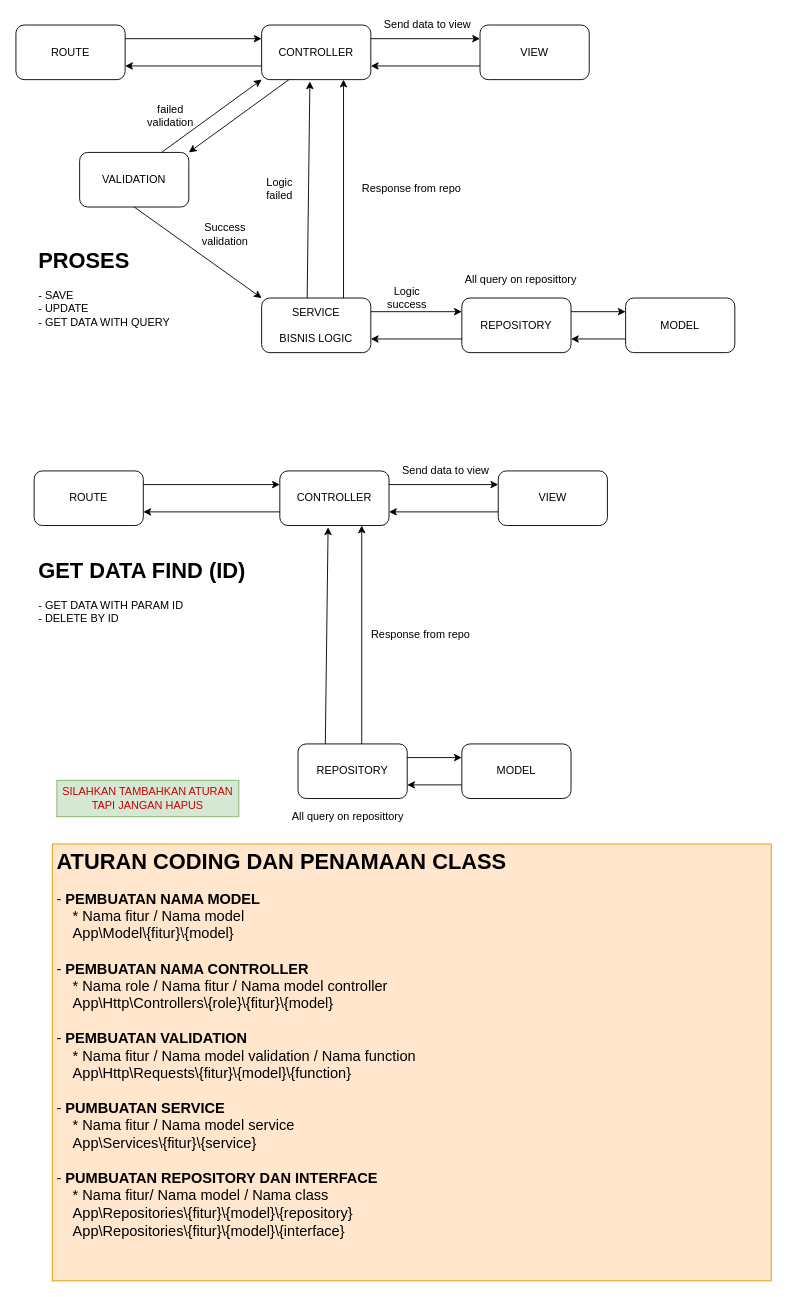
agungnfz/jobqu keeps this draw.io diagram as Untitled Diagram.drawio. Above is the earlier version. Source tidied: cells renumbered, new cells numbered last; positions are measured from the earlier drawing's top-left corner, leaving out a move shared by most shapes. Both pictures are drawn from the tidied source at 91%, with x=0, y=0 at pixel (15, 15).
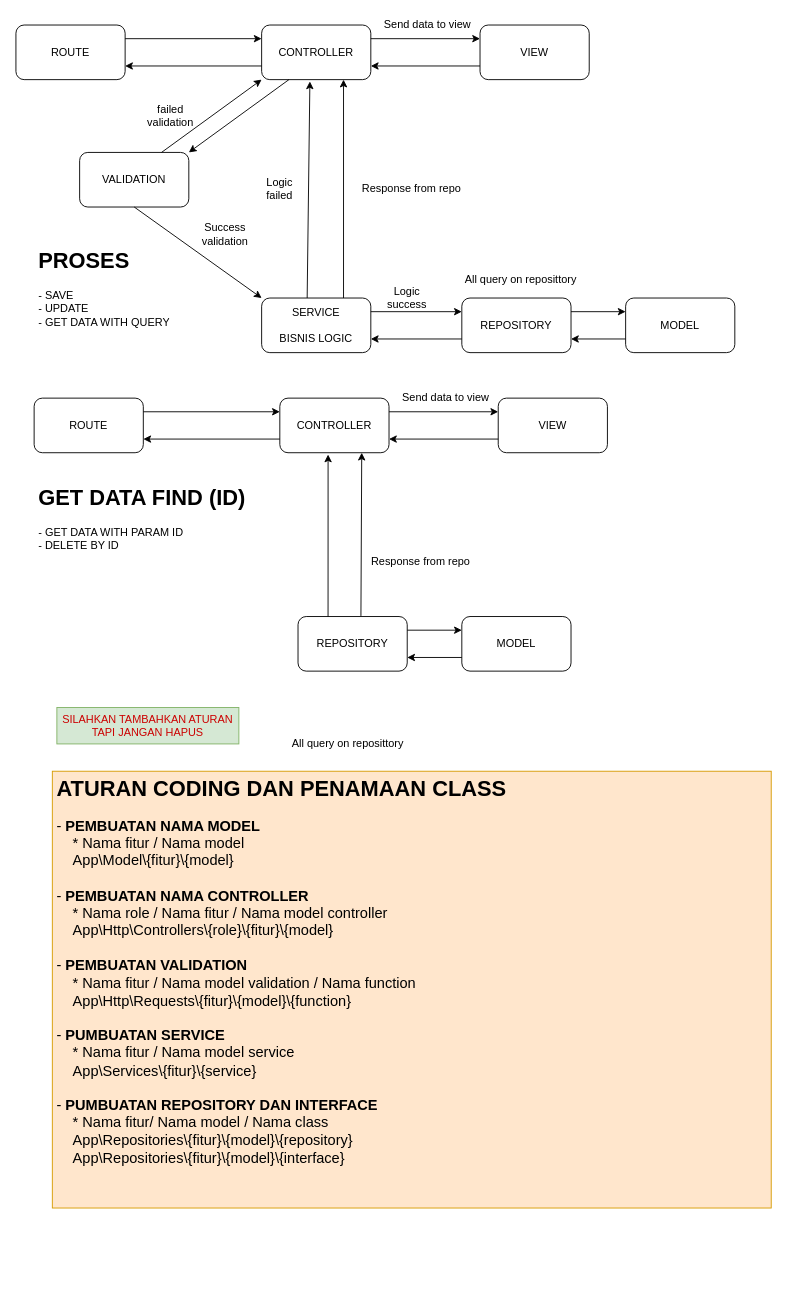
The same page after the edit.

Change to the diagram source:
```diff
@@
     <mxCell id="30" value="ROUTE" style="rounded=1;whiteSpace=wrap;html=1;" parent="1" vertex="1">
-      <mxGeometry x="20" y="500" width="120" height="60" as="geometry" />
+      <mxGeometry x="20" y="420" width="120" height="60" as="geometry" />
     </mxCell>
     <mxCell id="31" value="CONTROLLER" style="rounded=1;whiteSpace=wrap;html=1;" parent="1" vertex="1">
-      <mxGeometry x="290" y="500" width="120" height="60" as="geometry" />
+      <mxGeometry x="290" y="420" width="120" height="60" as="geometry" />
     </mxCell>
     <mxCell id="32" value="REPOSITORY" style="rounded=1;whiteSpace=wrap;html=1;" parent="1" vertex="1">
-      <mxGeometry x="310" y="800" width="120" height="60" as="geometry" />
+      <mxGeometry x="310" y="660" width="120" height="60" as="geometry" />
     </mxCell>
     <mxCell id="33" value="MODEL" style="rounded=1;whiteSpace=wrap;html=1;" parent="1" vertex="1">
-      <mxGeometry x="490" y="800" width="120" height="60" as="geometry" />
+      <mxGeometry x="490" y="660" width="120" height="60" as="geometry" />
     </mxCell>
@@
-    <mxCell id="36" style="endArrow=classic;html=1;exitX=0.75;exitY=0;exitDx=0;exitDy=0;entryX=0.75;entryY=1;entryDx=0;entryDy=0;" parent="1" edge="1" target="31">
-      <mxGeometry relative="1" as="geometry">
-        <mxPoint x="380" y="800" as="sourcePoint" />
-      </mxGeometry>
+    <mxCell id="36" style="endArrow=classic;html=1;exitX=0.576;exitY=-0.011;exitDx=0;exitDy=0;entryX=0.75;entryY=1;entryDx=0;entryDy=0;exitPerimeter=0;" parent="1" edge="1" source="32" target="31">
+      <mxGeometry relative="1" as="geometry" />
     </mxCell>
@@
     <mxCell id="39" value="&lt;div&gt;VIEW&lt;/div&gt;" style="rounded=1;whiteSpace=wrap;html=1;" parent="1" vertex="1">
-      <mxGeometry x="530" y="500" width="120" height="60" as="geometry" />
+      <mxGeometry x="530" y="420" width="120" height="60" as="geometry" />
     </mxCell>
@@
     <mxCell id="42" value="&lt;h1&gt;GET DATA FIND (ID)&lt;/h1&gt;&lt;div&gt;- GET DATA WITH PARAM ID&lt;/div&gt;&lt;div&gt;- DELETE BY ID&lt;br&gt;&lt;/div&gt;" style="text;html=1;strokeColor=none;fillColor=none;spacing=5;spacingTop=-20;whiteSpace=wrap;overflow=hidden;rounded=0;" parent="1" vertex="1">
-      <mxGeometry x="20" y="590" width="250" height="100" as="geometry" />
+      <mxGeometry x="20" y="510" width="250" height="100" as="geometry" />
     </mxCell>
-    <mxCell id="43" style="endArrow=classic;html=1;exitX=0.417;exitY=0;exitDx=0;exitDy=0;exitPerimeter=0;entryX=0.442;entryY=1.033;entryDx=0;entryDy=0;entryPerimeter=0;" parent="1" edge="1" target="31">
+    <mxCell id="43" style="endArrow=classic;html=1;entryX=0.442;entryY=1.033;entryDx=0;entryDy=0;entryPerimeter=0;" parent="1" edge="1" target="31">
       <mxGeometry relative="1" as="geometry">
-        <mxPoint x="340" y="800" as="sourcePoint" />
+        <mxPoint x="343" y="660" as="sourcePoint" />
       </mxGeometry>
     </mxCell>
     <mxCell id="44" value="Response from repo" style="text;html=1;strokeColor=none;fillColor=none;align=center;verticalAlign=middle;whiteSpace=wrap;rounded=0;" parent="1" vertex="1">
-      <mxGeometry x="380" y="670" width="130" height="20" as="geometry" />
+      <mxGeometry x="380" y="590" width="130" height="20" as="geometry" />
     </mxCell>
     <mxCell id="45" value="Send data to view" style="text;html=1;strokeColor=none;fillColor=none;align=center;verticalAlign=middle;whiteSpace=wrap;rounded=0;" parent="1" vertex="1">
-      <mxGeometry x="415" y="490" width="115" height="20" as="geometry" />
+      <mxGeometry x="415" y="410" width="115" height="20" as="geometry" />
     </mxCell>
     <mxCell id="46" value="All query on reposittory" style="text;html=1;strokeColor=none;fillColor=none;align=center;verticalAlign=middle;whiteSpace=wrap;rounded=0;" parent="1" vertex="1">
-      <mxGeometry x="290" y="870" width="150" height="20" as="geometry" />
+      <mxGeometry x="290" y="790" width="150" height="20" as="geometry" />
     </mxCell>
     <mxCell id="47" value="&lt;h1&gt;ATURAN CODING DAN PENAMAAN CLASS&lt;br&gt;&lt;/h1&gt;&lt;font style=&quot;font-size: 16px&quot;&gt;- &lt;b&gt;PEMBUATAN NAMA MODEL&lt;/b&gt;&lt;br&gt;&amp;nbsp;&amp;nbsp; &amp;nbsp;* Nama fitur / Nama model&lt;br&gt;&amp;nbsp;&amp;nbsp; &amp;nbsp;App\Model\{fitur}\{model}&lt;br&gt;&amp;nbsp;&amp;nbsp; &amp;nbsp;&lt;br&gt;- &lt;b&gt;PEMBUATAN NAMA CONTROLLER&lt;/b&gt;&lt;br&gt;&amp;nbsp;&amp;nbsp; &amp;nbsp;* Nama role / Nama fitur / Nama model controller&lt;br&gt;&amp;nbsp;&amp;nbsp; &amp;nbsp;App\Http\Controllers\{role}\{fitur}\{model}&lt;br&gt;&amp;nbsp;&amp;nbsp; &lt;br&gt;- &lt;b&gt;PEMBUATAN VALIDATION&lt;/b&gt;&lt;br&gt;&amp;nbsp;&amp;nbsp; &amp;nbsp;* Nama fitur / Nama model validation / Nama function&lt;br&gt;&amp;nbsp;&amp;nbsp; &amp;nbsp;App\Http\Requests\{fitur}\{model}\{function}&lt;br&gt;&amp;nbsp;&amp;nbsp; &amp;nbsp;&lt;br&gt;- &lt;b&gt;PUMBUATAN SERVICE&lt;/b&gt;&lt;br&gt;&amp;nbsp;&amp;nbsp; &amp;nbsp;* Nama fitur / Nama model service&lt;br&gt;&amp;nbsp;&amp;nbsp; &amp;nbsp;App\Services\{fitur}\{service}&lt;br&gt;&lt;br&gt;- &lt;b&gt;PUMBUATAN REPOSITORY DAN INTERFACE&lt;/b&gt;&lt;br&gt;&amp;nbsp;&amp;nbsp; &amp;nbsp;* Nama fitur/ Nama model / Nama class &lt;br&gt;&amp;nbsp;&amp;nbsp; &amp;nbsp;App\Repositories\{fitur}\{model}\{repository}&lt;br&gt;&amp;nbsp;&amp;nbsp; &amp;nbsp;App\Repositories\{fitur}\{model}\{interface}&lt;/font&gt;" style="text;html=1;strokeColor=#d79b00;fillColor=#ffe6cc;spacing=5;spacingTop=-20;whiteSpace=wrap;overflow=hidden;rounded=0;" parent="1" vertex="1">
-      <mxGeometry x="40" y="910" width="790" height="480" as="geometry" />
+      <mxGeometry x="40" y="830" width="790" height="480" as="geometry" />
     </mxCell>
     <mxCell id="48" value="&lt;font color=&quot;#CC0000&quot;&gt;SILAHKAN TAMBAHKAN ATURAN TAPI JANGAN HAPUS&lt;/font&gt;" style="text;html=1;strokeColor=#82b366;fillColor=#d5e8d4;align=center;verticalAlign=middle;whiteSpace=wrap;rounded=0;" parent="1" vertex="1">
-      <mxGeometry x="45" y="840" width="200" height="40" as="geometry" />
+      <mxGeometry x="45" y="760" width="200" height="40" as="geometry" />
     </mxCell>
```
